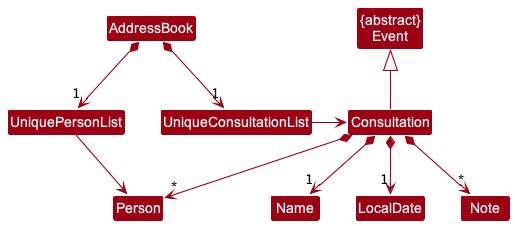
Earlier version of the PlantUML export docs/images/BetterConsultationClassDiagram.png (nus-cs2103-AY2223S2/tp).
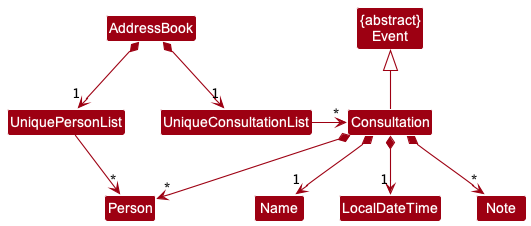
After the commit.

The edit, as a diff of the source:
```diff
@@ -9,13 +9,13 @@
 AddressBook *-> "1" UniquePersonList
 AddressBook *--> "1" UniqueConsultationList
 
-UniquePersonList -right-> Person
-UniqueConsultationList -right-> Consultation
+UniquePersonList -right-> "*" Person
+UniqueConsultationList -right-> "*" Consultation
 
 Consultation -up-|> Event
 
 Consultation *--> "1" Name
-Consultation *--> "1" LocalDate
+Consultation *--> "1" LocalDateTime
 Consultation *--> "*" Note
 Consultation *--> "*" Person
 
```
